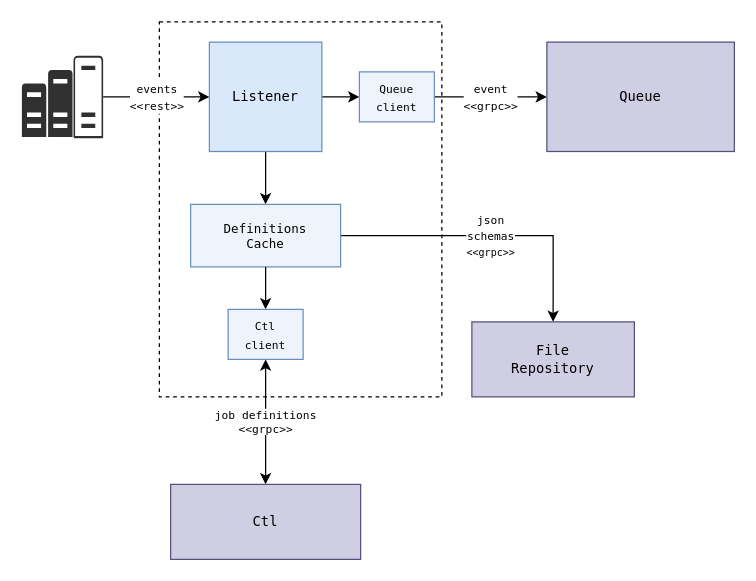
andrescosta/jobico-fn keeps this draw.io diagram as page "Listener" (9 of 14) of docs/Jobico.drawio. Above is the earlier version. Source tidied: cells renumbered, new cells numbered last; positions are measured from the earlier drawing's top-left corner, leaving out a move shared by most shapes. Both pictures are drawn from the tidied source at 125%, with x=0, y=0 at pixel (21, 21).
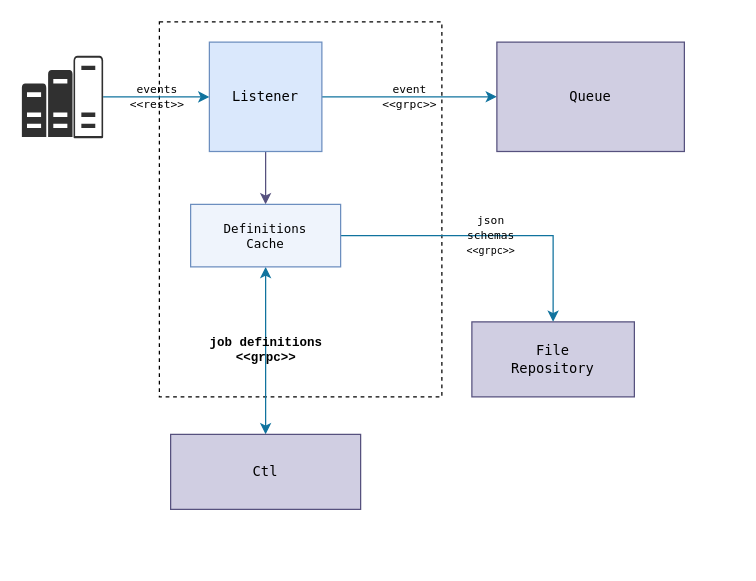
Above is the later version.

Change to the diagram source:
```diff
@@
 <mxGraphModel>
   <root>
     <mxCell id="0" />
     <mxCell id="1" parent="0" />
     <mxCell id="2" style="rounded=0;whiteSpace=wrap;html=1;dashed=1;" parent="1" vertex="1">
       <mxGeometry x="110" width="226" height="300" as="geometry" />
     </mxCell>
-    <mxCell id="3" value="&lt;font style=&quot;font-size: 9px;&quot; face=&quot;Lucida Console&quot;&gt;event&lt;br&gt;&amp;lt;&amp;lt;grpc&amp;gt;&amp;gt;&lt;br&gt;&lt;/font&gt;" style="edgeStyle=orthogonalEdgeStyle;jettySize=auto;html=1;" parent="1" edge="1" source="15" target="11">
+    <mxCell id="3" value="&lt;font style=&quot;font-size: 9px;&quot; face=&quot;Lucida Console&quot;&gt;event&lt;br&gt;&amp;lt;&amp;lt;grpc&amp;gt;&amp;gt;&lt;br&gt;&lt;/font&gt;" style="edgeStyle=orthogonalEdgeStyle;jettySize=auto;html=1;rounded=0;strokeColor=#10739e;align=center;verticalAlign=middle;fontFamily=Courier New;fontSize=10;fontColor=default;fontStyle=0;labelBackgroundColor=none;startArrow=none;startFill=0;endArrow=classic;endFill=1;fillColor=#b1ddf0;" parent="1" edge="1" source="6" target="11">
       <mxGeometry relative="1" as="geometry" />
     </mxCell>
-    <mxCell id="4" style="edgeStyle=orthogonalEdgeStyle;jettySize=auto;html=1;" parent="1" edge="1" source="6" target="9">
+    <mxCell id="4" style="edgeStyle=orthogonalEdgeStyle;jettySize=auto;html=1;rounded=0;strokeColor=#56517e;align=center;verticalAlign=middle;fontFamily=Courier New;fontSize=10;fontColor=default;fontStyle=1;labelBackgroundColor=none;endArrow=classic;fillColor=#d0cee2;" parent="1" edge="1" source="6" target="9">
       <mxGeometry relative="1" as="geometry" />
     </mxCell>
-    <mxCell id="5" style="edgeStyle=orthogonalEdgeStyle;jettySize=auto;html=1;" parent="1" edge="1" source="6" target="15">
-      <mxGeometry relative="1" as="geometry" />
-    </mxCell>
     <mxCell id="6" value="Listener" style="rounded=0;whiteSpace=wrap;html=1;labelBackgroundColor=none;fillColor=#dae8fc;strokeColor=#6c8ebf;fontFamily=Lucida Console;fontSize=11;" parent="1" vertex="1">
       <mxGeometry x="150" y="16.2" width="90" height="87.5" as="geometry" />
     </mxCell>
-    <mxCell id="7" value="&lt;font style=&quot;font-size: 9px;&quot; face=&quot;Lucida Console&quot;&gt;json&lt;br&gt;schemas&lt;br&gt;&lt;font style=&quot;font-size: 8px;&quot;&gt;&amp;lt;&amp;lt;grpc&amp;gt;&amp;gt;&lt;/font&gt;&lt;/font&gt;" style="edgeStyle=orthogonalEdgeStyle;jettySize=auto;html=1;rounded=0;curved=0;" parent="1" edge="1" source="9" target="12">
+    <mxCell id="7" value="&lt;font style=&quot;font-size: 9px;&quot; face=&quot;Lucida Console&quot;&gt;json&lt;br&gt;schemas&lt;br&gt;&lt;font style=&quot;font-size: 8px;&quot;&gt;&amp;lt;&amp;lt;grpc&amp;gt;&amp;gt;&lt;/font&gt;&lt;/font&gt;" style="edgeStyle=orthogonalEdgeStyle;jettySize=auto;html=1;rounded=0;curved=0;strokeColor=#10739e;align=center;verticalAlign=middle;fontFamily=Courier New;fontSize=10;fontColor=default;fontStyle=0;labelBackgroundColor=none;startArrow=none;startFill=0;endArrow=classic;endFill=1;fillColor=#b1ddf0;" parent="1" edge="1" source="9" target="12">
       <mxGeometry relative="1" as="geometry" />
     </mxCell>
-    <mxCell id="8" value="job definitions&lt;br style=&quot;font-size: 9px;&quot;&gt;&amp;lt;&amp;lt;grpc&amp;gt;&amp;gt;" style="edgeStyle=orthogonalEdgeStyle;jettySize=auto;html=1;startArrow=classic;startFill=1;fontFamily=Lucida Console;fontSize=9;" parent="1" edge="1" source="17" target="10">
+    <mxCell id="8" value="job definitions&lt;br style=&quot;font-size: 9px;&quot;&gt;&amp;lt;&amp;lt;grpc&amp;gt;&amp;gt;" style="edgeStyle=orthogonalEdgeStyle;jettySize=auto;html=1;startArrow=classic;startFill=1;fontFamily=Courier New;fontSize=10;rounded=0;strokeColor=#10739e;align=center;verticalAlign=middle;fontColor=default;fontStyle=1;labelBackgroundColor=none;endArrow=classic;endFill=1;fillColor=#b1ddf0;" parent="1" edge="1" source="9" target="10">
       <mxGeometry relative="1" as="geometry" />
     </mxCell>
     <mxCell id="9" value="Definitions &lt;br style=&quot;font-size: 10px;&quot;&gt;Cache" style="rounded=0;whiteSpace=wrap;html=1;fillColor=#EFF4FC;strokeColor=#6c8ebf;align=center;verticalAlign=middle;fontFamily=Lucida Console;fontSize=10;fontColor=default;labelBackgroundColor=none;" parent="1" vertex="1">
       <mxGeometry x="135" y="146" width="120" height="50" as="geometry" />
     </mxCell>
     <mxCell id="10" value="Ctl" style="rounded=0;whiteSpace=wrap;html=1;labelBackgroundColor=none;fillColor=#d0cee2;strokeColor=#56517e;fontFamily=Lucida Console;fontSize=11;" parent="1" vertex="1">
-      <mxGeometry x="119" y="370" width="152" height="60" as="geometry" />
+      <mxGeometry x="119" y="330" width="152" height="60" as="geometry" />
     </mxCell>
     <mxCell id="11" value="Queue" style="rounded=0;whiteSpace=wrap;html=1;labelBackgroundColor=none;fillColor=#d0cee2;strokeColor=#56517e;fontFamily=Lucida Console;fontSize=11;" parent="1" vertex="1">
-      <mxGeometry x="420" y="16.2" width="150" height="87.5" as="geometry" />
+      <mxGeometry x="380" y="16.2" width="150" height="87.5" as="geometry" />
     </mxCell>
     <mxCell id="12" value="File &lt;br style=&quot;font-size: 11px;&quot;&gt;Repository" style="rounded=0;whiteSpace=wrap;html=1;labelBackgroundColor=none;fillColor=#d0cee2;strokeColor=#56517e;fontFamily=Lucida Console;fontSize=11;" parent="1" vertex="1">
       <mxGeometry x="360" y="240" width="130" height="60" as="geometry" />
     </mxCell>
-    <mxCell id="13" value="&lt;font style=&quot;font-size: 9px;&quot; face=&quot;Lucida Console&quot;&gt;events&lt;br&gt;&amp;lt;&amp;lt;rest&amp;gt;&amp;gt;&lt;/font&gt;" style="edgeStyle=orthogonalEdgeStyle;jettySize=auto;html=1;" parent="1" edge="1" source="14" target="6">
+    <mxCell id="13" value="&lt;font style=&quot;font-size: 9px;&quot; face=&quot;Lucida Console&quot;&gt;events&lt;br&gt;&amp;lt;&amp;lt;rest&amp;gt;&amp;gt;&lt;/font&gt;" style="edgeStyle=orthogonalEdgeStyle;jettySize=auto;html=1;rounded=0;strokeColor=#10739e;align=center;verticalAlign=middle;fontFamily=Courier New;fontSize=10;fontColor=default;fontStyle=0;labelBackgroundColor=none;startArrow=none;startFill=0;endArrow=classic;endFill=1;fillColor=#b1ddf0;" parent="1" edge="1" source="14" target="6">
       <mxGeometry relative="1" as="geometry" />
     </mxCell>
     <mxCell id="14" style="sketch=0;shadow=0;dashed=0;html=1;strokeColor=none;labelPosition=center;verticalLabelPosition=bottom;verticalAlign=top;align=center;fillColor=#303030;shape=mxgraph.mscae.oms.capacity;" parent="1" vertex="1">
       <mxGeometry y="27" width="65" height="66" as="geometry" />
     </mxCell>
-    <mxCell id="15" value="&lt;font style=&quot;font-size: 9px;&quot; face=&quot;Lucida Console&quot;&gt;Queue&lt;br&gt;client&lt;/font&gt;" style="rounded=0;whiteSpace=wrap;html=1;fillColor=#EFF4FC;strokeColor=#6c8ebf;align=center;verticalAlign=middle;fontFamily=Helvetica;fontSize=12;fontColor=default;labelBackgroundColor=none;" parent="1" vertex="1">
-      <mxGeometry x="270" y="40" width="60" height="40" as="geometry" />
-    </mxCell>
-    <mxCell id="16" style="edgeStyle=orthogonalEdgeStyle;jettySize=auto;html=1;startArrow=none;startFill=0;fontFamily=Lucida Console;fontSize=9;" parent="1" edge="1" source="9" target="17">
-      <mxGeometry relative="1" as="geometry" />
-    </mxCell>
-    <mxCell id="17" value="&lt;font style=&quot;font-size: 9px;&quot; face=&quot;Lucida Console&quot;&gt;Ctl&lt;br&gt;client&lt;/font&gt;" style="rounded=0;whiteSpace=wrap;html=1;fillColor=#EFF4FC;strokeColor=#6c8ebf;align=center;verticalAlign=middle;fontFamily=Helvetica;fontSize=12;fontColor=default;labelBackgroundColor=none;" parent="1" vertex="1">
-      <mxGeometry x="165" y="230" width="60" height="40" as="geometry" />
-    </mxCell>
   </root>
 </mxGraphModel>
```
